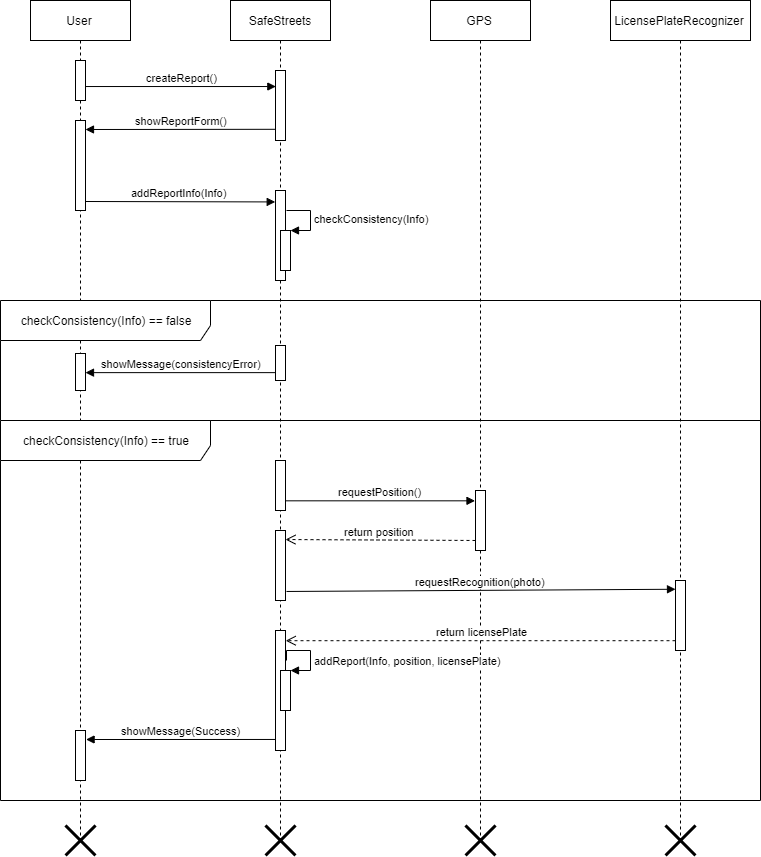
This is RASD/latex/Images/SeqDiag_addReport.png from manuelsalamino/SoftwareEngineering2-Project, a draw.io export, as it was before one commit. Source tidied: cells renumbered, new cells last; positions are measured from the earlier drawing's top-left corner, leaving out a move shared by most shapes. Source of this version:
```xml
<mxGraphModel>
  <root>
    <mxCell id="0" />
    <mxCell id="1" parent="0" />
    <mxCell id="2" value="User" style="shape=umlLifeline;perimeter=lifelinePerimeter;whiteSpace=wrap;html=1;" parent="1" vertex="1">
      <mxGeometry x="30" width="100" height="840" as="geometry" />
    </mxCell>
    <mxCell id="3" style="html=1;points=[];perimeter=orthogonalPerimeter;" parent="2" vertex="1">
      <mxGeometry x="45" y="60" width="10" height="40" as="geometry" />
    </mxCell>
    <mxCell id="4" style="html=1;points=[];perimeter=orthogonalPerimeter;" parent="2" vertex="1">
      <mxGeometry x="45" y="120" width="10" height="90" as="geometry" />
    </mxCell>
    <mxCell id="5" style="shape=umlDestroy;whiteSpace=wrap;html=1;strokeWidth=3;" parent="2" vertex="1">
      <mxGeometry x="35" y="825" width="30" height="30" as="geometry" />
    </mxCell>
    <mxCell id="6" value="SafeStreets" style="shape=umlLifeline;perimeter=lifelinePerimeter;whiteSpace=wrap;html=1;" parent="1" vertex="1">
      <mxGeometry x="230" width="100" height="840" as="geometry" />
    </mxCell>
    <mxCell id="7" style="html=1;points=[];perimeter=orthogonalPerimeter;" parent="6" vertex="1">
      <mxGeometry x="45" y="70" width="10" height="70" as="geometry" />
    </mxCell>
    <mxCell id="8" style="html=1;points=[];perimeter=orthogonalPerimeter;" parent="6" vertex="1">
      <mxGeometry x="45" y="190" width="10" height="90" as="geometry" />
    </mxCell>
    <mxCell id="9" style="html=1;points=[];perimeter=orthogonalPerimeter;" parent="6" vertex="1">
      <mxGeometry x="50" y="230" width="10" height="40" as="geometry" />
    </mxCell>
    <mxCell id="10" value="checkConsistency(Info)" style="edgeStyle=orthogonalEdgeStyle;html=1;align=left;spacingLeft=2;endArrow=block;rounded=0;entryX=1;entryY=0;" parent="6" edge="1" target="9">
      <mxGeometry relative="1" as="geometry">
        <mxPoint x="55" y="210" as="sourcePoint" />
        <Array as="points">
          <mxPoint x="80" y="210" />
        </Array>
      </mxGeometry>
    </mxCell>
    <mxCell id="11" style="shape=umlDestroy;whiteSpace=wrap;html=1;strokeWidth=3;" parent="6" vertex="1">
      <mxGeometry x="35" y="825" width="30" height="30" as="geometry" />
    </mxCell>
    <mxCell id="12" value="createReport()" style="html=1;verticalAlign=bottom;endArrow=block;entryX=0.033;entryY=0.229;entryDx=0;entryDy=0;entryPerimeter=0;" parent="1" edge="1" source="3" target="7">
      <mxGeometry relative="1" as="geometry" />
    </mxCell>
    <mxCell id="13" value="showReportForm()" style="html=1;verticalAlign=bottom;endArrow=block;exitX=-0.004;exitY=0.84;exitDx=0;exitDy=0;exitPerimeter=0;" parent="1" edge="1" source="7">
      <mxGeometry relative="1" as="geometry">
        <mxPoint x="85" y="129" as="targetPoint" />
      </mxGeometry>
    </mxCell>
    <mxCell id="14" value="addReportInfo(Info)" style="html=1;verticalAlign=bottom;endArrow=block;entryX=-0.029;entryY=0.127;entryDx=0;entryDy=0;entryPerimeter=0;" parent="1" edge="1" target="8">
      <mxGeometry relative="1" as="geometry">
        <mxPoint x="85" y="201" as="sourcePoint" />
      </mxGeometry>
    </mxCell>
    <mxCell id="15" value="checkConsistency(Info) == false" style="shape=umlFrame;whiteSpace=wrap;html=1;width=210;height=40;" parent="1" vertex="1">
      <mxGeometry y="300" width="760" height="120" as="geometry" />
    </mxCell>
    <mxCell id="16" style="html=1;points=[];perimeter=orthogonalPerimeter;" parent="1" vertex="1">
      <mxGeometry x="275" y="345" width="10" height="35" as="geometry" />
    </mxCell>
    <mxCell id="17" value="showMessage(consistencyError)" style="html=1;verticalAlign=bottom;endArrow=block;exitX=-0.02;exitY=0.775;exitDx=0;exitDy=0;exitPerimeter=0;" parent="1" edge="1" source="16" target="27">
      <mxGeometry relative="1" as="geometry" />
    </mxCell>
    <mxCell id="18" value="checkConsistency(Info) == true" style="shape=umlFrame;whiteSpace=wrap;html=1;width=210;height=40;" parent="1" vertex="1">
      <mxGeometry y="420" width="760" height="380" as="geometry" />
    </mxCell>
    <mxCell id="19" style="html=1;points=[];perimeter=orthogonalPerimeter;" parent="1" vertex="1">
      <mxGeometry x="275" y="460" width="10" height="50" as="geometry" />
    </mxCell>
    <mxCell id="20" value="GPS" style="shape=umlLifeline;perimeter=lifelinePerimeter;whiteSpace=wrap;html=1;" parent="1" vertex="1">
      <mxGeometry x="430" width="100" height="840" as="geometry" />
    </mxCell>
    <mxCell id="21" style="html=1;points=[];perimeter=orthogonalPerimeter;" parent="20" vertex="1">
      <mxGeometry x="45" y="490" width="10" height="60" as="geometry" />
    </mxCell>
    <mxCell id="22" style="shape=umlDestroy;whiteSpace=wrap;html=1;strokeWidth=3;" parent="20" vertex="1">
      <mxGeometry x="35" y="825" width="30" height="30" as="geometry" />
    </mxCell>
    <mxCell id="23" value="LicensePlateRecognizer" style="shape=umlLifeline;perimeter=lifelinePerimeter;whiteSpace=wrap;html=1;" parent="1" vertex="1">
      <mxGeometry x="610" width="140" height="840" as="geometry" />
    </mxCell>
    <mxCell id="24" style="html=1;points=[];perimeter=orthogonalPerimeter;" parent="23" vertex="1">
      <mxGeometry x="65" y="580" width="10" height="70" as="geometry" />
    </mxCell>
    <mxCell id="25" style="shape=umlDestroy;whiteSpace=wrap;html=1;strokeWidth=3;" parent="23" vertex="1">
      <mxGeometry x="55" y="825" width="30" height="30" as="geometry" />
    </mxCell>
    <mxCell id="26" value="requestPosition()" style="html=1;verticalAlign=bottom;endArrow=block;entryX=-0.05;entryY=0.172;entryDx=0;entryDy=0;entryPerimeter=0;" parent="1" edge="1" source="19" target="21">
      <mxGeometry relative="1" as="geometry" />
    </mxCell>
    <mxCell id="27" style="html=1;points=[];perimeter=orthogonalPerimeter;" parent="1" vertex="1">
      <mxGeometry x="75" y="353" width="10" height="37" as="geometry" />
    </mxCell>
    <mxCell id="28" style="html=1;points=[];perimeter=orthogonalPerimeter;" parent="1" vertex="1">
      <mxGeometry x="275" y="530" width="10" height="70" as="geometry" />
    </mxCell>
    <mxCell id="29" style="html=1;points=[];perimeter=orthogonalPerimeter;" parent="1" vertex="1">
      <mxGeometry x="275" y="630" width="10" height="120" as="geometry" />
    </mxCell>
    <mxCell id="30" value="requestRecognition(photo)" style="html=1;verticalAlign=bottom;endArrow=block;exitX=1.1;exitY=0.871;exitDx=0;exitDy=0;exitPerimeter=0;entryX=0;entryY=0.125;entryDx=0;entryDy=0;entryPerimeter=0;" parent="1" edge="1" source="28" target="24">
      <mxGeometry relative="1" as="geometry" />
    </mxCell>
    <mxCell id="31" style="html=1;points=[];perimeter=orthogonalPerimeter;" parent="1" vertex="1">
      <mxGeometry x="280" y="670" width="10" height="40" as="geometry" />
    </mxCell>
    <mxCell id="32" value="addReport(Info, position, licensePlate)" style="edgeStyle=orthogonalEdgeStyle;html=1;align=left;spacingLeft=2;endArrow=block;rounded=0;entryX=1;entryY=0;" parent="1" edge="1" target="31">
      <mxGeometry x="0.2" relative="1" as="geometry">
        <mxPoint x="285" y="660" as="sourcePoint" />
        <Array as="points">
          <mxPoint x="285" y="650" />
          <mxPoint x="310" y="650" />
          <mxPoint x="310" y="670" />
        </Array>
      </mxGeometry>
    </mxCell>
    <mxCell id="33" style="html=1;points=[];perimeter=orthogonalPerimeter;" parent="1" vertex="1">
      <mxGeometry x="75" y="730" width="10" height="50" as="geometry" />
    </mxCell>
    <mxCell id="34" value="showMessage(Success)" style="html=1;verticalAlign=bottom;endArrow=block;exitX=-0.045;exitY=0.908;exitDx=0;exitDy=0;exitPerimeter=0;entryX=1.059;entryY=0.18;entryDx=0;entryDy=0;entryPerimeter=0;" parent="1" edge="1" source="29" target="33">
      <mxGeometry relative="1" as="geometry" />
    </mxCell>
    <mxCell id="35" value="return position" style="html=1;verticalAlign=bottom;endArrow=open;dashed=1;endSize=8;entryX=1;entryY=0.129;entryDx=0;entryDy=0;entryPerimeter=0;exitX=0;exitY=0.833;exitDx=0;exitDy=0;exitPerimeter=0;" parent="1" edge="1" source="21" target="28">
      <mxGeometry relative="1" as="geometry" />
    </mxCell>
    <mxCell id="36" value="return licensePlate" style="html=1;verticalAlign=bottom;endArrow=open;dashed=1;endSize=8;entryX=1.023;entryY=0.085;entryDx=0;entryDy=0;entryPerimeter=0;" parent="1" edge="1" source="24" target="29">
      <mxGeometry relative="1" as="geometry" />
    </mxCell>
  </root>
</mxGraphModel>
```
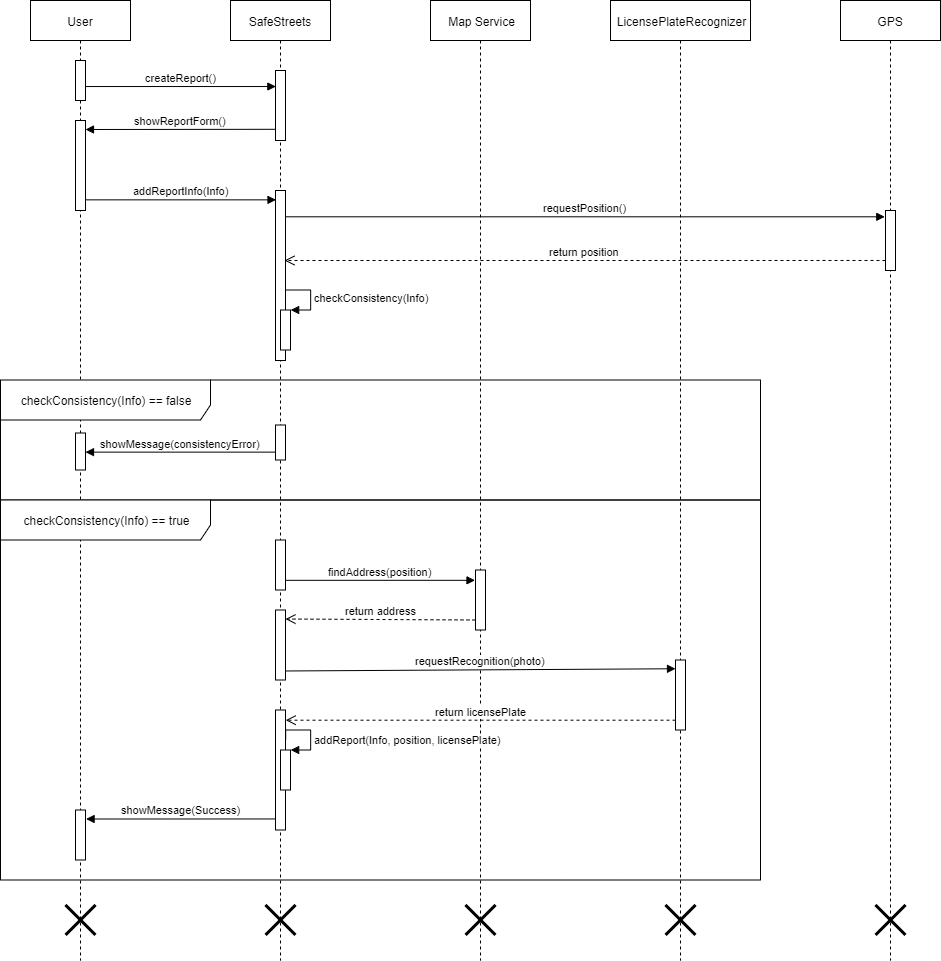
After the change.

What changed in the source:
```diff
@@ -3,7 +3,7 @@
     <mxCell id="0" />
     <mxCell id="1" parent="0" />
     <mxCell id="2" value="User" style="shape=umlLifeline;perimeter=lifelinePerimeter;whiteSpace=wrap;html=1;" parent="1" vertex="1">
-      <mxGeometry x="30" width="100" height="840" as="geometry" />
+      <mxGeometry x="30" y="-79.5" width="100" height="960" as="geometry" />
     </mxCell>
     <mxCell id="3" style="html=1;points=[];perimeter=orthogonalPerimeter;" parent="2" vertex="1">
       <mxGeometry x="45" y="60" width="10" height="40" as="geometry" />
@@ -12,43 +12,41 @@
       <mxGeometry x="45" y="120" width="10" height="90" as="geometry" />
     </mxCell>
     <mxCell id="5" style="shape=umlDestroy;whiteSpace=wrap;html=1;strokeWidth=3;" parent="2" vertex="1">
-      <mxGeometry x="35" y="825" width="30" height="30" as="geometry" />
+      <mxGeometry x="35" y="904.5" width="30" height="30" as="geometry" />
     </mxCell>
     <mxCell id="6" value="SafeStreets" style="shape=umlLifeline;perimeter=lifelinePerimeter;whiteSpace=wrap;html=1;" parent="1" vertex="1">
-      <mxGeometry x="230" width="100" height="840" as="geometry" />
+      <mxGeometry x="230" y="-79.5" width="100" height="960" as="geometry" />
     </mxCell>
     <mxCell id="7" style="html=1;points=[];perimeter=orthogonalPerimeter;" parent="6" vertex="1">
       <mxGeometry x="45" y="70" width="10" height="70" as="geometry" />
     </mxCell>
     <mxCell id="8" style="html=1;points=[];perimeter=orthogonalPerimeter;" parent="6" vertex="1">
-      <mxGeometry x="45" y="190" width="10" height="90" as="geometry" />
+      <mxGeometry x="45" y="190" width="10" height="170" as="geometry" />
     </mxCell>
     <mxCell id="9" style="html=1;points=[];perimeter=orthogonalPerimeter;" parent="6" vertex="1">
-      <mxGeometry x="50" y="230" width="10" height="40" as="geometry" />
+      <mxGeometry x="50" y="309.5" width="10" height="40" as="geometry" />
     </mxCell>
     <mxCell id="10" value="checkConsistency(Info)" style="edgeStyle=orthogonalEdgeStyle;html=1;align=left;spacingLeft=2;endArrow=block;rounded=0;entryX=1;entryY=0;" parent="6" edge="1" target="9">
       <mxGeometry relative="1" as="geometry">
-        <mxPoint x="55" y="210" as="sourcePoint" />
+        <mxPoint x="55" y="289.5" as="sourcePoint" />
         <Array as="points">
-          <mxPoint x="80" y="210" />
+          <mxPoint x="80" y="289.5" />
         </Array>
       </mxGeometry>
     </mxCell>
     <mxCell id="11" style="shape=umlDestroy;whiteSpace=wrap;html=1;strokeWidth=3;" parent="6" vertex="1">
-      <mxGeometry x="35" y="825" width="30" height="30" as="geometry" />
+      <mxGeometry x="35" y="904.5" width="30" height="30" as="geometry" />
     </mxCell>
     <mxCell id="12" value="createReport()" style="html=1;verticalAlign=bottom;endArrow=block;entryX=0.033;entryY=0.229;entryDx=0;entryDy=0;entryPerimeter=0;" parent="1" edge="1" source="3" target="7">
       <mxGeometry relative="1" as="geometry" />
     </mxCell>
     <mxCell id="13" value="showReportForm()" style="html=1;verticalAlign=bottom;endArrow=block;exitX=-0.004;exitY=0.84;exitDx=0;exitDy=0;exitPerimeter=0;" parent="1" edge="1" source="7">
       <mxGeometry relative="1" as="geometry">
-        <mxPoint x="85" y="129" as="targetPoint" />
+        <mxPoint x="85" y="49.5" as="targetPoint" />
       </mxGeometry>
     </mxCell>
-    <mxCell id="14" value="addReportInfo(Info)" style="html=1;verticalAlign=bottom;endArrow=block;entryX=-0.029;entryY=0.127;entryDx=0;entryDy=0;entryPerimeter=0;" parent="1" edge="1" target="8">
-      <mxGeometry relative="1" as="geometry">
-        <mxPoint x="85" y="201" as="sourcePoint" />
-      </mxGeometry>
+    <mxCell id="14" value="addReportInfo(Info)" style="html=1;verticalAlign=bottom;endArrow=block;entryX=0.051;entryY=0.055;entryDx=0;entryDy=0;entryPerimeter=0;" parent="1" edge="1" source="4" target="8">
+      <mxGeometry relative="1" as="geometry" />
     </mxCell>
     <mxCell id="15" value="checkConsistency(Info) == false" style="shape=umlFrame;whiteSpace=wrap;html=1;width=210;height=40;" parent="1" vertex="1">
       <mxGeometry y="300" width="760" height="120" as="geometry" />
@@ -65,25 +63,25 @@
     <mxCell id="19" style="html=1;points=[];perimeter=orthogonalPerimeter;" parent="1" vertex="1">
       <mxGeometry x="275" y="460" width="10" height="50" as="geometry" />
     </mxCell>
-    <mxCell id="20" value="GPS" style="shape=umlLifeline;perimeter=lifelinePerimeter;whiteSpace=wrap;html=1;" parent="1" vertex="1">
-      <mxGeometry x="430" width="100" height="840" as="geometry" />
+    <mxCell id="20" value="Map Service" style="shape=umlLifeline;perimeter=lifelinePerimeter;whiteSpace=wrap;html=1;" parent="1" vertex="1">
+      <mxGeometry x="430" y="-79.5" width="100" height="960" as="geometry" />
     </mxCell>
     <mxCell id="21" style="html=1;points=[];perimeter=orthogonalPerimeter;" parent="20" vertex="1">
-      <mxGeometry x="45" y="490" width="10" height="60" as="geometry" />
+      <mxGeometry x="45" y="569.5" width="10" height="60" as="geometry" />
     </mxCell>
     <mxCell id="22" style="shape=umlDestroy;whiteSpace=wrap;html=1;strokeWidth=3;" parent="20" vertex="1">
-      <mxGeometry x="35" y="825" width="30" height="30" as="geometry" />
+      <mxGeometry x="35" y="904.5" width="30" height="30" as="geometry" />
     </mxCell>
     <mxCell id="23" value="LicensePlateRecognizer" style="shape=umlLifeline;perimeter=lifelinePerimeter;whiteSpace=wrap;html=1;" parent="1" vertex="1">
-      <mxGeometry x="610" width="140" height="840" as="geometry" />
+      <mxGeometry x="610" y="-79.5" width="140" height="960" as="geometry" />
     </mxCell>
     <mxCell id="24" style="html=1;points=[];perimeter=orthogonalPerimeter;" parent="23" vertex="1">
-      <mxGeometry x="65" y="580" width="10" height="70" as="geometry" />
+      <mxGeometry x="65" y="659.5" width="10" height="70" as="geometry" />
     </mxCell>
     <mxCell id="25" style="shape=umlDestroy;whiteSpace=wrap;html=1;strokeWidth=3;" parent="23" vertex="1">
-      <mxGeometry x="55" y="825" width="30" height="30" as="geometry" />
+      <mxGeometry x="55" y="904.5" width="30" height="30" as="geometry" />
     </mxCell>
-    <mxCell id="26" value="requestPosition()" style="html=1;verticalAlign=bottom;endArrow=block;entryX=-0.05;entryY=0.172;entryDx=0;entryDy=0;entryPerimeter=0;" parent="1" edge="1" source="19" target="21">
+    <mxCell id="26" value="findAddress(position)" style="html=1;verticalAlign=bottom;endArrow=block;entryX=-0.05;entryY=0.172;entryDx=0;entryDy=0;entryPerimeter=0;" parent="1" edge="1" source="19" target="21">
       <mxGeometry relative="1" as="geometry" />
     </mxCell>
     <mxCell id="27" style="html=1;points=[];perimeter=orthogonalPerimeter;" parent="1" vertex="1">
@@ -117,11 +115,28 @@
     <mxCell id="34" value="showMessage(Success)" style="html=1;verticalAlign=bottom;endArrow=block;exitX=-0.045;exitY=0.908;exitDx=0;exitDy=0;exitPerimeter=0;entryX=1.059;entryY=0.18;entryDx=0;entryDy=0;entryPerimeter=0;" parent="1" edge="1" source="29" target="33">
       <mxGeometry relative="1" as="geometry" />
     </mxCell>
-    <mxCell id="35" value="return position" style="html=1;verticalAlign=bottom;endArrow=open;dashed=1;endSize=8;entryX=1;entryY=0.129;entryDx=0;entryDy=0;entryPerimeter=0;exitX=0;exitY=0.833;exitDx=0;exitDy=0;exitPerimeter=0;" parent="1" edge="1" source="21" target="28">
+    <mxCell id="35" value="return address" style="html=1;verticalAlign=bottom;endArrow=open;dashed=1;endSize=8;entryX=1;entryY=0.129;entryDx=0;entryDy=0;entryPerimeter=0;exitX=0;exitY=0.833;exitDx=0;exitDy=0;exitPerimeter=0;" parent="1" edge="1" source="21" target="28">
       <mxGeometry relative="1" as="geometry" />
     </mxCell>
     <mxCell id="36" value="return licensePlate" style="html=1;verticalAlign=bottom;endArrow=open;dashed=1;endSize=8;entryX=1.023;entryY=0.085;entryDx=0;entryDy=0;entryPerimeter=0;" parent="1" edge="1" source="24" target="29">
       <mxGeometry relative="1" as="geometry" />
     </mxCell>
+    <mxCell id="37" value="GPS" style="shape=umlLifeline;perimeter=lifelinePerimeter;whiteSpace=wrap;html=1;" parent="1" vertex="1">
+      <mxGeometry x="840" y="-79.5" width="100" height="960" as="geometry" />
+    </mxCell>
+    <mxCell id="38" style="html=1;points=[];perimeter=orthogonalPerimeter;" parent="37" vertex="1">
+      <mxGeometry x="45" y="210" width="10" height="60" as="geometry" />
+    </mxCell>
+    <mxCell id="39" style="shape=umlDestroy;whiteSpace=wrap;html=1;strokeWidth=3;" parent="1" vertex="1">
+      <mxGeometry x="875" y="825" width="30" height="30" as="geometry" />
+    </mxCell>
+    <mxCell id="40" value="requestPosition()" style="html=1;verticalAlign=bottom;endArrow=block;entryX=-0.071;entryY=0.105;entryDx=0;entryDy=0;entryPerimeter=0;" parent="1" edge="1" source="8" target="38">
+      <mxGeometry relative="1" as="geometry" />
+    </mxCell>
+    <mxCell id="41" value="return position" style="html=1;verticalAlign=bottom;endArrow=open;dashed=1;endSize=8;exitX=0;exitY=0.833;exitDx=0;exitDy=0;exitPerimeter=0;" parent="1" edge="1" source="38">
+      <mxGeometry relative="1" as="geometry">
+        <mxPoint x="284" y="180.5" as="targetPoint" />
+      </mxGeometry>
+    </mxCell>
   </root>
 </mxGraphModel>
```
